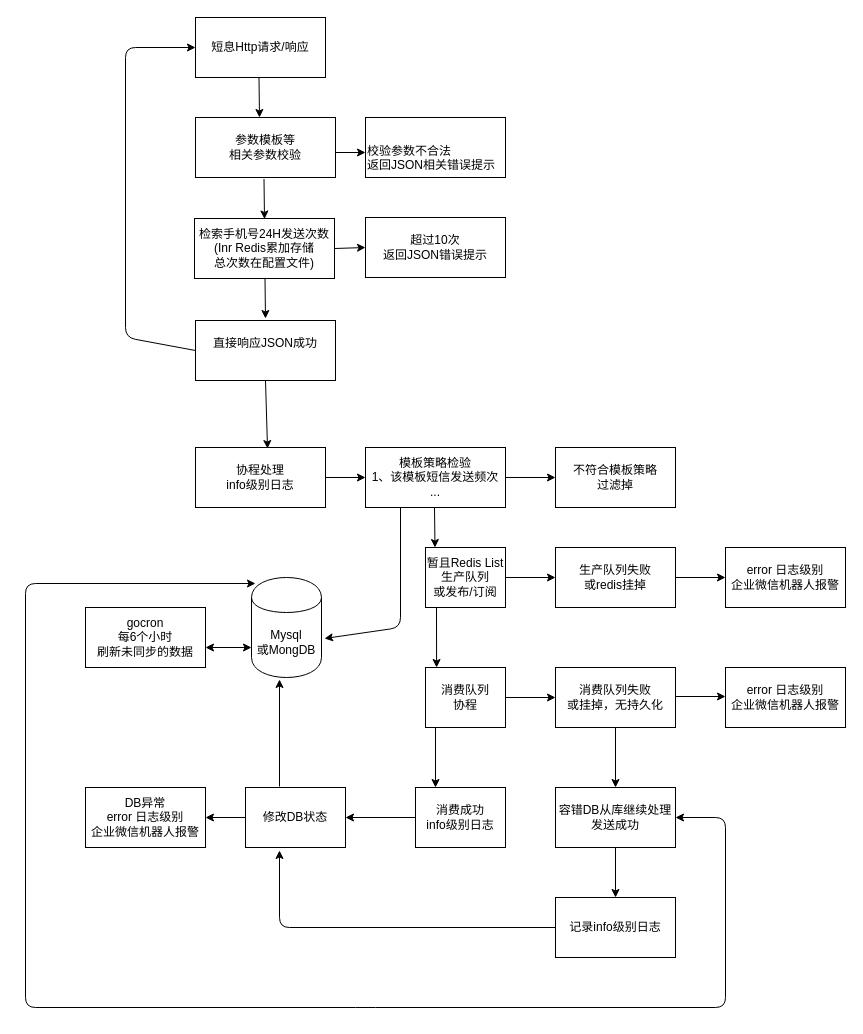
akun87/activity keeps this draw.io diagram as NewSMS.drawio. Above is the earlier version. Source tidied: cells renumbered, new cells numbered last; positions are measured from the earlier drawing's top-left corner, leaving out a move shared by most shapes. Both pictures are drawn from the tidied source at 100%, with x=0, y=0 at pixel (25, 17).
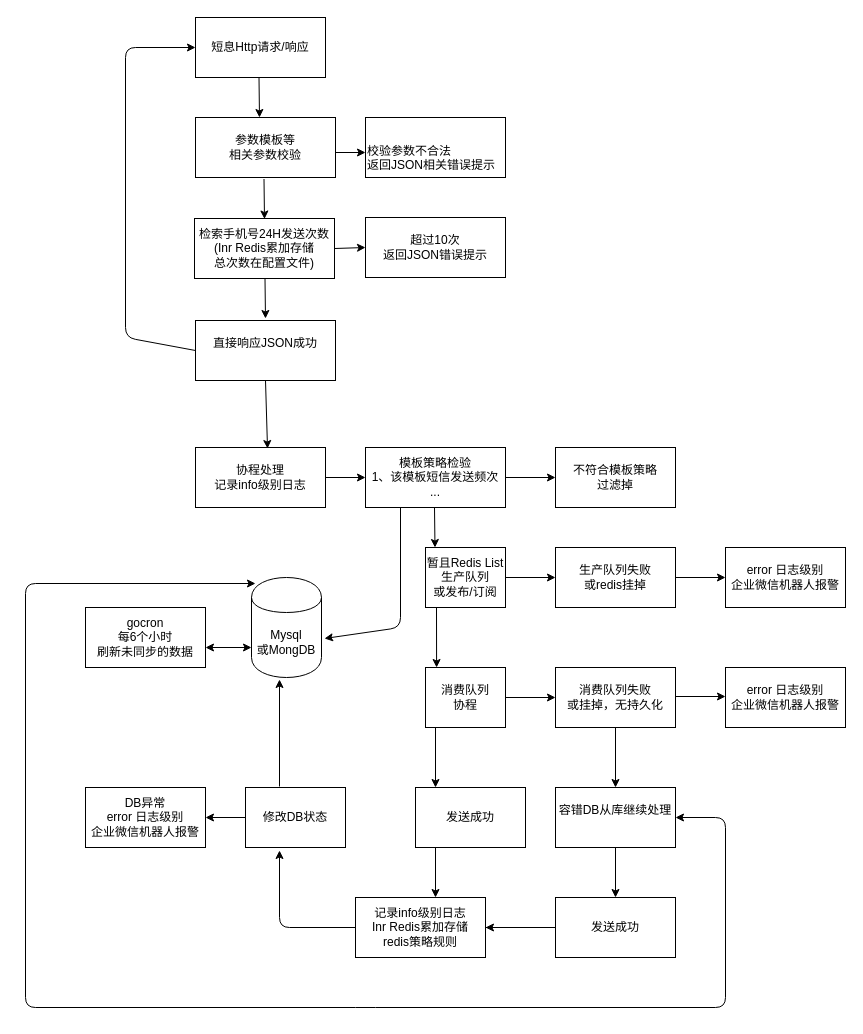
After the change.

The change refers to these unchanged cells:
```xml
<mxCell id="18" value="修改DB状态" style="rounded=0;whiteSpace=wrap;html=1;" parent="1" vertex="1">
  <mxGeometry x="220" y="770" width="100" height="60" as="geometry" />
</mxCell>
```

The edit, as a diff of the source:
```diff
@@
-    <mxCell id="11" value="&lt;div&gt;协程处理&lt;/div&gt;&lt;div&gt;info级别日志&lt;br&gt;&lt;/div&gt;" style="rounded=0;whiteSpace=wrap;html=1;" parent="1" vertex="1">
+    <mxCell id="11" value="&lt;div&gt;协程处理&lt;/div&gt;&lt;div&gt;记录info级别日志&lt;br&gt;&lt;/div&gt;" style="rounded=0;whiteSpace=wrap;html=1;" parent="1" vertex="1">
       <mxGeometry x="170" y="430" width="130" height="60" as="geometry" />
     </mxCell>
@@
-    <mxCell id="17" value="&lt;div&gt;消费成功&lt;/div&gt;&lt;div&gt;info级别日志&lt;br&gt;&lt;/div&gt;" style="rounded=0;whiteSpace=wrap;html=1;" parent="1" vertex="1">
-      <mxGeometry x="390" y="770" width="90" height="60" as="geometry" />
+    <mxCell id="17" value="&lt;div&gt;发送成功&lt;/div&gt;" style="rounded=0;whiteSpace=wrap;html=1;" parent="1" vertex="1">
+      <mxGeometry x="390" y="770" width="110" height="60" as="geometry" />
     </mxCell>
@@
-    <mxCell id="39" style="endArrow=classic;html=1;exitX=0;exitY=0.5;exitDx=0;exitDy=0;entryX=1;entryY=0.5;entryDx=0;entryDy=0;" parent="1" edge="1" source="17" target="18">
-      <mxGeometry relative="1" as="geometry" />
-    </mxCell>
-    <mxCell id="40" value="&lt;div&gt;容错DB从库继续处理&lt;/div&gt;&lt;div&gt;发送成功&lt;br&gt;&lt;/div&gt;" style="rounded=0;whiteSpace=wrap;html=1;" parent="1" vertex="1">
+    <mxCell id="40" value="&lt;div&gt;容错DB从库继续处理&lt;/div&gt;&lt;div&gt;&lt;br&gt;&lt;/div&gt;" style="rounded=0;whiteSpace=wrap;html=1;" parent="1" vertex="1">
       <mxGeometry x="530" y="770" width="120" height="60" as="geometry" />
     </mxCell>
@@
-    <mxCell id="42" value="记录info级别日志" style="rounded=0;whiteSpace=wrap;html=1;" parent="1" vertex="1">
+    <mxCell id="42" value="发送成功" style="rounded=0;whiteSpace=wrap;html=1;" parent="1" vertex="1">
       <mxGeometry x="530" y="880" width="120" height="60" as="geometry" />
     </mxCell>
@@
+    <mxCell id="50" value="&lt;div&gt;记录info级别日志&lt;/div&gt;&lt;div&gt;Inr Redis累加存储&lt;/div&gt;&lt;div&gt;redis策略规则&lt;br&gt;&lt;/div&gt;" style="rounded=0;whiteSpace=wrap;html=1;" parent="1" vertex="1">
+      <mxGeometry x="330" y="880" width="130" height="60" as="geometry" />
+    </mxCell>
+    <mxCell id="51" style="endArrow=classic;html=1;" parent="1" edge="1">
+      <mxGeometry relative="1" as="geometry">
+        <mxPoint x="410" y="830" as="sourcePoint" />
+        <mxPoint x="410" y="880" as="targetPoint" />
+      </mxGeometry>
+    </mxCell>
+    <mxCell id="52" style="endArrow=classic;html=1;exitX=0;exitY=0.5;exitDx=0;exitDy=0;entryX=1;entryY=0.5;entryDx=0;entryDy=0;" parent="1" edge="1" source="42" target="50">
+      <mxGeometry relative="1" as="geometry" />
+    </mxCell>
```
